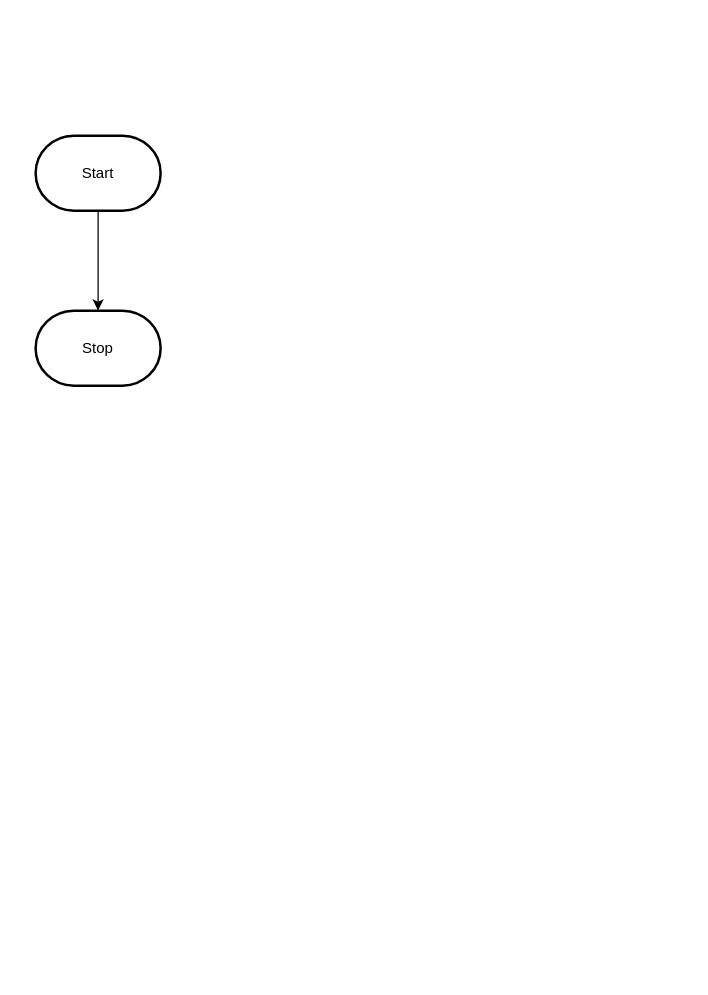
Above: design/flowchart.drawio in MTHS-ICS2O-2-2022/ICS2O-Assignment-04-Dominic-Madeira (draw.io), before the change. Source tidied: cells renumbered, new cells numbered last; positions are measured from the earlier drawing's top-left corner, leaving out a move shared by most shapes. Both pictures are drawn from the tidied source at 125%, with x=0, y=0 at pixel (35, 135).
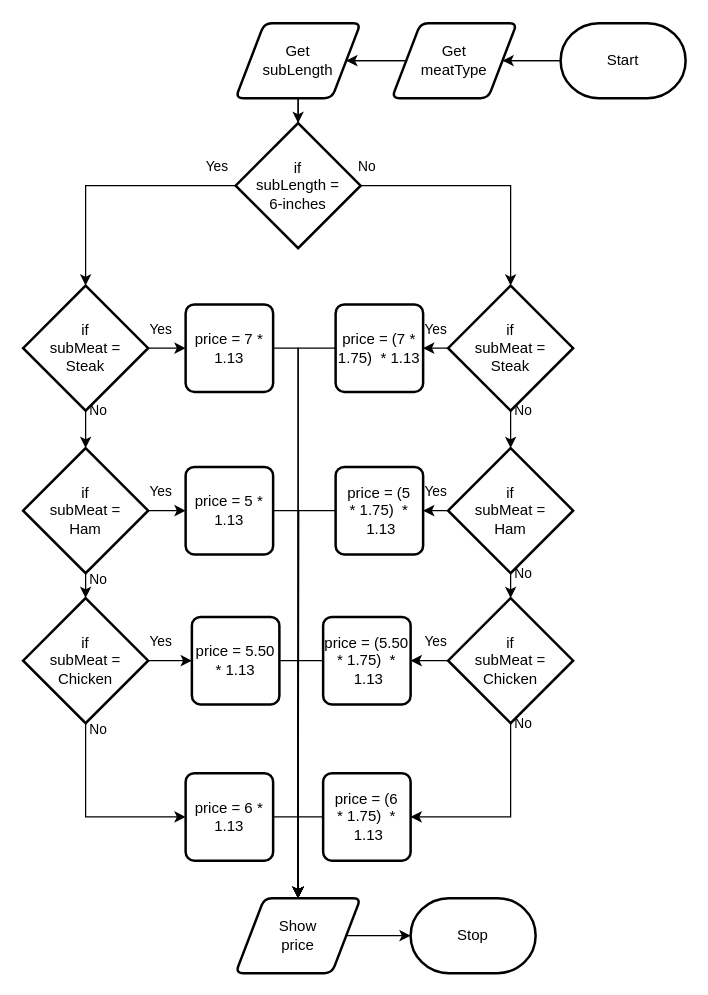
The same diagram, later.

What changed in the source:
```diff
@@
-    <mxCell id="2" style="edgeStyle=orthogonalEdgeStyle;html=1;rounded=0;" parent="1" edge="1" source="3" target="4">
-      <mxGeometry relative="1" as="geometry" />
-    </mxCell>
+    <mxCell id="5" style="edgeStyle=none;html=1;" parent="1" edge="1" source="3" target="8">
+      <mxGeometry relative="1" as="geometry" />
+    </mxCell>
     <mxCell id="3" value="Start" style="strokeWidth=2;html=1;shape=mxgraph.flowchart.terminator;whiteSpace=wrap;" parent="1" vertex="1">
-      <mxGeometry width="100" height="60" as="geometry" />
+      <mxGeometry x="420" y="-90" width="100" height="60" as="geometry" />
     </mxCell>
     <mxCell id="4" value="Stop" style="strokeWidth=2;html=1;shape=mxgraph.flowchart.terminator;whiteSpace=wrap;" parent="1" vertex="1">
-      <mxGeometry y="140" width="100" height="60" as="geometry" />
+      <mxGeometry x="300" y="610" width="100" height="60" as="geometry" />
     </mxCell>
+    <mxCell id="6" style="edgeStyle=orthogonalEdgeStyle;html=1;rounded=0;endArrow=none;" parent="1" edge="1" source="3" target="8">
+      <mxGeometry relative="1" as="geometry" />
+    </mxCell>
+    <mxCell id="7" style="edgeStyle=none;html=1;" parent="1" edge="1" source="8" target="11">
+      <mxGeometry relative="1" as="geometry" />
+    </mxCell>
+    <mxCell id="8" value="Get&lt;br&gt;meatType" style="shape=parallelogram;html=1;strokeWidth=2;perimeter=parallelogramPerimeter;whiteSpace=wrap;rounded=1;arcSize=12;size=0.23;" parent="1" vertex="1">
+      <mxGeometry x="285" y="-90" width="100" height="60" as="geometry" />
+    </mxCell>
+    <mxCell id="9" style="edgeStyle=orthogonalEdgeStyle;html=1;rounded=0;startArrow=none;endArrow=none;" parent="1" edge="1" source="8" target="11">
+      <mxGeometry relative="1" as="geometry" />
+    </mxCell>
+    <mxCell id="10" style="edgeStyle=none;html=1;" parent="1" edge="1" source="11" target="15">
+      <mxGeometry relative="1" as="geometry" />
+    </mxCell>
+    <mxCell id="11" value="Get&lt;br&gt;subLength" style="shape=parallelogram;html=1;strokeWidth=2;perimeter=parallelogramPerimeter;whiteSpace=wrap;rounded=1;arcSize=12;size=0.23;" parent="1" vertex="1">
+      <mxGeometry x="160" y="-90" width="100" height="60" as="geometry" />
+    </mxCell>
+    <mxCell id="12" style="edgeStyle=orthogonalEdgeStyle;html=1;rounded=0;startArrow=none;endArrow=none;" parent="1" edge="1" source="11" target="15">
+      <mxGeometry relative="1" as="geometry" />
+    </mxCell>
+    <mxCell id="13" style="edgeStyle=orthogonalEdgeStyle;html=1;entryX=0.5;entryY=0;entryDx=0;entryDy=0;entryPerimeter=0;rounded=0;" parent="1" edge="1" source="15" target="18">
+      <mxGeometry relative="1" as="geometry" />
+    </mxCell>
+    <mxCell id="14" style="edgeStyle=orthogonalEdgeStyle;shape=connector;rounded=0;html=1;entryX=0.5;entryY=0;entryDx=0;entryDy=0;entryPerimeter=0;labelBackgroundColor=default;strokeColor=default;fontFamily=Helvetica;fontSize=11;fontColor=default;endArrow=classic;" parent="1" edge="1" source="15" target="29">
+      <mxGeometry relative="1" as="geometry" />
+    </mxCell>
+    <mxCell id="15" value="if&lt;br&gt;subLength =&lt;br&gt;6-inches" style="strokeWidth=2;html=1;shape=mxgraph.flowchart.decision;whiteSpace=wrap;" parent="1" vertex="1">
+      <mxGeometry x="160" y="-10" width="100" height="100" as="geometry" />
+    </mxCell>
+    <mxCell id="16" style="edgeStyle=orthogonalEdgeStyle;shape=connector;rounded=0;html=1;labelBackgroundColor=default;strokeColor=default;fontFamily=Helvetica;fontSize=11;fontColor=default;endArrow=classic;" parent="1" edge="1" source="18" target="21">
+      <mxGeometry relative="1" as="geometry" />
+    </mxCell>
+    <mxCell id="17" style="edgeStyle=orthogonalEdgeStyle;shape=connector;rounded=0;html=1;entryX=0;entryY=0.5;entryDx=0;entryDy=0;labelBackgroundColor=default;strokeColor=default;fontFamily=Helvetica;fontSize=11;fontColor=default;endArrow=classic;" parent="1" edge="1" source="18" target="26">
+      <mxGeometry relative="1" as="geometry" />
+    </mxCell>
+    <mxCell id="18" value="if&lt;br&gt;subMeat =&lt;br&gt;Steak" style="strokeWidth=2;html=1;shape=mxgraph.flowchart.decision;whiteSpace=wrap;" parent="1" vertex="1">
+      <mxGeometry x="-10" y="120" width="100" height="100" as="geometry" />
+    </mxCell>
+    <mxCell id="19" style="edgeStyle=orthogonalEdgeStyle;shape=connector;rounded=0;html=1;labelBackgroundColor=default;strokeColor=default;fontFamily=Helvetica;fontSize=11;fontColor=default;endArrow=classic;" parent="1" edge="1" source="21" target="24">
+      <mxGeometry relative="1" as="geometry" />
+    </mxCell>
+    <mxCell id="20" style="edgeStyle=orthogonalEdgeStyle;shape=connector;rounded=0;html=1;labelBackgroundColor=default;strokeColor=default;fontFamily=Helvetica;fontSize=11;fontColor=default;endArrow=classic;" parent="1" edge="1" source="21" target="39">
+      <mxGeometry relative="1" as="geometry" />
+    </mxCell>
+    <mxCell id="21" value="if&lt;br&gt;subMeat =&lt;br&gt;Ham" style="strokeWidth=2;html=1;shape=mxgraph.flowchart.decision;whiteSpace=wrap;" parent="1" vertex="1">
+      <mxGeometry x="-10" y="250" width="100" height="100" as="geometry" />
+    </mxCell>
+    <mxCell id="22" style="edgeStyle=orthogonalEdgeStyle;shape=connector;rounded=0;html=1;entryX=0;entryY=0.5;entryDx=0;entryDy=0;labelBackgroundColor=default;strokeColor=default;fontFamily=Helvetica;fontSize=11;fontColor=default;endArrow=classic;exitX=0.5;exitY=1;exitDx=0;exitDy=0;exitPerimeter=0;" parent="1" edge="1" source="24" target="47">
+      <mxGeometry relative="1" as="geometry" />
+    </mxCell>
+    <mxCell id="23" style="edgeStyle=orthogonalEdgeStyle;shape=connector;rounded=0;html=1;labelBackgroundColor=default;strokeColor=default;fontFamily=Helvetica;fontSize=11;fontColor=default;endArrow=classic;" parent="1" edge="1" source="24" target="45">
+      <mxGeometry relative="1" as="geometry" />
+    </mxCell>
+    <mxCell id="24" value="if&lt;br&gt;subMeat =&lt;br&gt;Chicken" style="strokeWidth=2;html=1;shape=mxgraph.flowchart.decision;whiteSpace=wrap;" parent="1" vertex="1">
+      <mxGeometry x="-10" y="370" width="100" height="100" as="geometry" />
+    </mxCell>
+    <mxCell id="25" style="edgeStyle=orthogonalEdgeStyle;shape=connector;rounded=0;html=1;entryX=0.5;entryY=0;entryDx=0;entryDy=0;labelBackgroundColor=default;strokeColor=default;fontFamily=Helvetica;fontSize=11;fontColor=default;endArrow=classic;" parent="1" edge="1" source="26" target="51">
+      <mxGeometry relative="1" as="geometry">
+        <Array as="points">
+          <mxPoint x="210" y="170" />
+        </Array>
+      </mxGeometry>
+    </mxCell>
+    <mxCell id="26" value="price = 7 * 1.13" style="rounded=1;whiteSpace=wrap;html=1;absoluteArcSize=1;arcSize=14;strokeWidth=2;" parent="1" vertex="1">
+      <mxGeometry x="120" y="135" width="70" height="70" as="geometry" />
+    </mxCell>
+    <mxCell id="27" style="edgeStyle=orthogonalEdgeStyle;shape=connector;rounded=0;html=1;labelBackgroundColor=default;strokeColor=default;fontFamily=Helvetica;fontSize=11;fontColor=default;endArrow=classic;" parent="1" edge="1" source="29" target="37">
+      <mxGeometry relative="1" as="geometry" />
+    </mxCell>
+    <mxCell id="28" style="edgeStyle=orthogonalEdgeStyle;shape=connector;rounded=0;html=1;entryX=0.5;entryY=0;entryDx=0;entryDy=0;entryPerimeter=0;labelBackgroundColor=default;strokeColor=default;fontFamily=Helvetica;fontSize=11;fontColor=default;endArrow=classic;" parent="1" edge="1" source="29" target="32">
+      <mxGeometry relative="1" as="geometry" />
+    </mxCell>
+    <mxCell id="29" value="if&lt;br&gt;subMeat =&lt;br&gt;Steak" style="strokeWidth=2;html=1;shape=mxgraph.flowchart.decision;whiteSpace=wrap;" parent="1" vertex="1">
+      <mxGeometry x="330" y="120" width="100" height="100" as="geometry" />
+    </mxCell>
+    <mxCell id="30" style="edgeStyle=orthogonalEdgeStyle;shape=connector;rounded=0;html=1;labelBackgroundColor=default;strokeColor=default;fontFamily=Helvetica;fontSize=11;fontColor=default;endArrow=classic;" parent="1" edge="1" source="32" target="35">
+      <mxGeometry relative="1" as="geometry" />
+    </mxCell>
+    <mxCell id="31" style="edgeStyle=orthogonalEdgeStyle;shape=connector;rounded=0;html=1;labelBackgroundColor=default;strokeColor=default;fontFamily=Helvetica;fontSize=11;fontColor=default;endArrow=classic;" parent="1" edge="1" source="32" target="41">
+      <mxGeometry relative="1" as="geometry" />
+    </mxCell>
+    <mxCell id="32" value="if&lt;br&gt;subMeat =&lt;br&gt;Ham" style="strokeWidth=2;html=1;shape=mxgraph.flowchart.decision;whiteSpace=wrap;" parent="1" vertex="1">
+      <mxGeometry x="330" y="250" width="100" height="100" as="geometry" />
+    </mxCell>
+    <mxCell id="33" style="edgeStyle=orthogonalEdgeStyle;shape=connector;rounded=0;html=1;exitX=0.5;exitY=1;exitDx=0;exitDy=0;exitPerimeter=0;entryX=1;entryY=0.5;entryDx=0;entryDy=0;labelBackgroundColor=default;strokeColor=default;fontFamily=Helvetica;fontSize=11;fontColor=default;endArrow=classic;" parent="1" edge="1" source="35" target="49">
+      <mxGeometry relative="1" as="geometry" />
+    </mxCell>
+    <mxCell id="34" style="edgeStyle=orthogonalEdgeStyle;shape=connector;rounded=0;html=1;labelBackgroundColor=default;strokeColor=default;fontFamily=Helvetica;fontSize=11;fontColor=default;endArrow=classic;" parent="1" edge="1" source="35" target="43">
+      <mxGeometry relative="1" as="geometry" />
+    </mxCell>
+    <mxCell id="35" value="if&lt;br&gt;subMeat =&lt;br&gt;Chicken" style="strokeWidth=2;html=1;shape=mxgraph.flowchart.decision;whiteSpace=wrap;" parent="1" vertex="1">
+      <mxGeometry x="330" y="370" width="100" height="100" as="geometry" />
+    </mxCell>
+    <mxCell id="36" style="edgeStyle=orthogonalEdgeStyle;shape=connector;rounded=0;html=1;entryX=0.5;entryY=0;entryDx=0;entryDy=0;labelBackgroundColor=default;strokeColor=default;fontFamily=Helvetica;fontSize=11;fontColor=default;endArrow=classic;" parent="1" edge="1" source="37" target="51">
+      <mxGeometry relative="1" as="geometry">
+        <Array as="points">
+          <mxPoint x="210" y="170" />
+        </Array>
+      </mxGeometry>
+    </mxCell>
+    <mxCell id="37" value="price = (7 * 1.75)&amp;nbsp; * 1.13" style="rounded=1;whiteSpace=wrap;html=1;absoluteArcSize=1;arcSize=14;strokeWidth=2;" parent="1" vertex="1">
+      <mxGeometry x="240" y="135" width="70" height="70" as="geometry" />
+    </mxCell>
+    <mxCell id="38" style="edgeStyle=orthogonalEdgeStyle;shape=connector;rounded=0;html=1;entryX=0.5;entryY=0;entryDx=0;entryDy=0;labelBackgroundColor=default;strokeColor=default;fontFamily=Helvetica;fontSize=11;fontColor=default;endArrow=classic;" parent="1" edge="1" source="39" target="51">
+      <mxGeometry relative="1" as="geometry">
+        <Array as="points">
+          <mxPoint x="210" y="300" />
+        </Array>
+      </mxGeometry>
+    </mxCell>
+    <mxCell id="39" value="price = 5 * 1.13" style="rounded=1;whiteSpace=wrap;html=1;absoluteArcSize=1;arcSize=14;strokeWidth=2;" parent="1" vertex="1">
+      <mxGeometry x="120" y="265" width="70" height="70" as="geometry" />
+    </mxCell>
+    <mxCell id="40" style="edgeStyle=orthogonalEdgeStyle;shape=connector;rounded=0;html=1;labelBackgroundColor=default;strokeColor=default;fontFamily=Helvetica;fontSize=11;fontColor=default;endArrow=classic;" parent="1" edge="1" source="41">
+      <mxGeometry relative="1" as="geometry">
+        <mxPoint x="210" y="610" as="targetPoint" />
+      </mxGeometry>
+    </mxCell>
+    <mxCell id="41" value="price = (5 *&amp;nbsp;1.75)&amp;nbsp; *&lt;br&gt;&amp;nbsp;1.13" style="rounded=1;whiteSpace=wrap;html=1;absoluteArcSize=1;arcSize=14;strokeWidth=2;" parent="1" vertex="1">
+      <mxGeometry x="240" y="265" width="70" height="70" as="geometry" />
+    </mxCell>
+    <mxCell id="42" style="edgeStyle=orthogonalEdgeStyle;shape=connector;rounded=0;html=1;entryX=0.5;entryY=0;entryDx=0;entryDy=0;labelBackgroundColor=default;strokeColor=default;fontFamily=Helvetica;fontSize=11;fontColor=default;endArrow=classic;" parent="1" edge="1" source="43" target="51">
+      <mxGeometry relative="1" as="geometry">
+        <Array as="points">
+          <mxPoint x="210" y="420" />
+        </Array>
+      </mxGeometry>
+    </mxCell>
+    <mxCell id="43" value="price = (5.50 *&amp;nbsp;1.75)&amp;nbsp; *&lt;br&gt;&amp;nbsp;1.13" style="rounded=1;whiteSpace=wrap;html=1;absoluteArcSize=1;arcSize=14;strokeWidth=2;" parent="1" vertex="1">
+      <mxGeometry x="230" y="385" width="70" height="70" as="geometry" />
+    </mxCell>
+    <mxCell id="44" style="edgeStyle=orthogonalEdgeStyle;shape=connector;rounded=0;html=1;entryX=0.5;entryY=0;entryDx=0;entryDy=0;labelBackgroundColor=default;strokeColor=default;fontFamily=Helvetica;fontSize=11;fontColor=default;endArrow=classic;" parent="1" edge="1" source="45" target="51">
+      <mxGeometry relative="1" as="geometry">
+        <Array as="points">
+          <mxPoint x="210" y="420" />
+        </Array>
+      </mxGeometry>
+    </mxCell>
+    <mxCell id="45" value="price = 5.50 * 1.13" style="rounded=1;whiteSpace=wrap;html=1;absoluteArcSize=1;arcSize=14;strokeWidth=2;" parent="1" vertex="1">
+      <mxGeometry x="125" y="385" width="70" height="70" as="geometry" />
+    </mxCell>
+    <mxCell id="46" style="edgeStyle=orthogonalEdgeStyle;shape=connector;rounded=0;html=1;entryX=0.5;entryY=0;entryDx=0;entryDy=0;labelBackgroundColor=default;strokeColor=default;fontFamily=Helvetica;fontSize=11;fontColor=default;endArrow=classic;exitX=1;exitY=0.5;exitDx=0;exitDy=0;" parent="1" edge="1" source="47" target="51">
+      <mxGeometry relative="1" as="geometry" />
+    </mxCell>
+    <mxCell id="47" value="price = 6 * 1.13" style="rounded=1;whiteSpace=wrap;html=1;absoluteArcSize=1;arcSize=14;strokeWidth=2;" parent="1" vertex="1">
+      <mxGeometry x="120" y="510" width="70" height="70" as="geometry" />
+    </mxCell>
+    <mxCell id="48" style="edgeStyle=orthogonalEdgeStyle;shape=connector;rounded=0;html=1;labelBackgroundColor=default;strokeColor=default;fontFamily=Helvetica;fontSize=11;fontColor=default;endArrow=classic;entryX=0.5;entryY=0;entryDx=0;entryDy=0;exitX=0;exitY=0.5;exitDx=0;exitDy=0;" parent="1" edge="1" source="49" target="51">
+      <mxGeometry relative="1" as="geometry" />
+    </mxCell>
+    <mxCell id="49" value="price = (6 *&amp;nbsp;1.75)&amp;nbsp; *&lt;br&gt;&amp;nbsp;1.13" style="rounded=1;whiteSpace=wrap;html=1;absoluteArcSize=1;arcSize=14;strokeWidth=2;" parent="1" vertex="1">
+      <mxGeometry x="230" y="510" width="70" height="70" as="geometry" />
+    </mxCell>
+    <mxCell id="50" style="edgeStyle=orthogonalEdgeStyle;shape=connector;rounded=0;html=1;labelBackgroundColor=default;strokeColor=default;fontFamily=Helvetica;fontSize=11;fontColor=default;endArrow=classic;" parent="1" edge="1" source="51" target="4">
+      <mxGeometry relative="1" as="geometry" />
+    </mxCell>
+    <mxCell id="51" value="Show&lt;br&gt;price" style="shape=parallelogram;html=1;strokeWidth=2;perimeter=parallelogramPerimeter;whiteSpace=wrap;rounded=1;arcSize=12;size=0.23;" parent="1" vertex="1">
+      <mxGeometry x="160" y="610" width="100" height="60" as="geometry" />
+    </mxCell>
+    <mxCell id="52" value="Yes" style="text;html=1;align=center;verticalAlign=middle;strokeColor=none;fillColor=none;fontSize=11;fontFamily=Helvetica;fontColor=default;" parent="1" vertex="1">
+      <mxGeometry x="125" y="10" width="40" height="30" as="geometry" />
+    </mxCell>
+    <mxCell id="53" value="Yes" style="text;html=1;align=center;verticalAlign=middle;strokeColor=none;fillColor=none;fontSize=11;fontFamily=Helvetica;fontColor=default;" parent="1" vertex="1">
+      <mxGeometry x="80" y="140" width="40" height="30" as="geometry" />
+    </mxCell>
+    <mxCell id="54" value="Yes" style="text;html=1;align=center;verticalAlign=middle;strokeColor=none;fillColor=none;fontSize=11;fontFamily=Helvetica;fontColor=default;" parent="1" vertex="1">
+      <mxGeometry x="80" y="270" width="40" height="30" as="geometry" />
+    </mxCell>
+    <mxCell id="55" value="Yes" style="text;html=1;align=center;verticalAlign=middle;strokeColor=none;fillColor=none;fontSize=11;fontFamily=Helvetica;fontColor=default;" parent="1" vertex="1">
+      <mxGeometry x="80" y="390" width="40" height="30" as="geometry" />
+    </mxCell>
+    <mxCell id="56" value="Yes" style="text;html=1;align=center;verticalAlign=middle;strokeColor=none;fillColor=none;fontSize=11;fontFamily=Helvetica;fontColor=default;" parent="1" vertex="1">
+      <mxGeometry x="300" y="140" width="40" height="30" as="geometry" />
+    </mxCell>
+    <mxCell id="57" value="Yes" style="text;html=1;align=center;verticalAlign=middle;strokeColor=none;fillColor=none;fontSize=11;fontFamily=Helvetica;fontColor=default;" parent="1" vertex="1">
+      <mxGeometry x="300" y="270" width="40" height="30" as="geometry" />
+    </mxCell>
+    <mxCell id="58" value="Yes" style="text;html=1;align=center;verticalAlign=middle;strokeColor=none;fillColor=none;fontSize=11;fontFamily=Helvetica;fontColor=default;" parent="1" vertex="1">
+      <mxGeometry x="300" y="390" width="40" height="30" as="geometry" />
+    </mxCell>
+    <mxCell id="59" value="No" style="text;html=1;align=center;verticalAlign=middle;strokeColor=none;fillColor=none;fontSize=11;fontFamily=Helvetica;fontColor=default;" parent="1" vertex="1">
+      <mxGeometry x="245" y="10" width="40" height="30" as="geometry" />
+    </mxCell>
+    <mxCell id="60" value="No" style="text;html=1;align=center;verticalAlign=middle;strokeColor=none;fillColor=none;fontSize=11;fontFamily=Helvetica;fontColor=default;" parent="1" vertex="1">
+      <mxGeometry x="370" y="205" width="40" height="30" as="geometry" />
+    </mxCell>
+    <mxCell id="61" value="No" style="text;html=1;align=center;verticalAlign=middle;strokeColor=none;fillColor=none;fontSize=11;fontFamily=Helvetica;fontColor=default;" parent="1" vertex="1">
+      <mxGeometry x="370" y="335" width="40" height="30" as="geometry" />
+    </mxCell>
+    <mxCell id="62" value="No" style="text;html=1;align=center;verticalAlign=middle;strokeColor=none;fillColor=none;fontSize=11;fontFamily=Helvetica;fontColor=default;" parent="1" vertex="1">
+      <mxGeometry x="370" y="455" width="40" height="30" as="geometry" />
+    </mxCell>
+    <mxCell id="63" value="No" style="text;html=1;align=center;verticalAlign=middle;strokeColor=none;fillColor=none;fontSize=11;fontFamily=Helvetica;fontColor=default;" parent="1" vertex="1">
+      <mxGeometry x="30" y="205" width="40" height="30" as="geometry" />
+    </mxCell>
+    <mxCell id="64" value="No" style="text;html=1;align=center;verticalAlign=middle;strokeColor=none;fillColor=none;fontSize=11;fontFamily=Helvetica;fontColor=default;" parent="1" vertex="1">
+      <mxGeometry x="30" y="340" width="40" height="30" as="geometry" />
+    </mxCell>
+    <mxCell id="65" value="No" style="text;html=1;align=center;verticalAlign=middle;strokeColor=none;fillColor=none;fontSize=11;fontFamily=Helvetica;fontColor=default;" parent="1" vertex="1">
+      <mxGeometry x="30" y="460" width="40" height="30" as="geometry" />
+    </mxCell>
```
